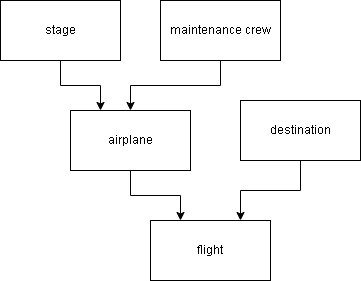
This is images/Диаграмма_базы_данных-Концептуальная.png from CCF2P/Backend, a draw.io export, as it was before one commit. Source tidied: cells renumbered, new cells last; positions are measured from the earlier drawing's top-left corner, leaving out a move shared by most shapes.
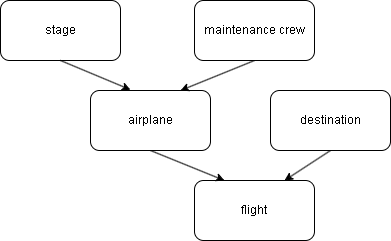
After the commit.

The edit, as a diff of the source:
```diff
@@ -2,32 +2,32 @@
   <root>
     <mxCell id="0" />
     <mxCell id="1" parent="0" />
-    <mxCell id="2" value="flight" style="rounded=0;whiteSpace=wrap;html=1;" parent="1" vertex="1">
-      <mxGeometry x="150" y="220" width="120" height="60" as="geometry" />
+    <mxCell id="2" value="flight" style="rounded=1;whiteSpace=wrap;html=1;" parent="1" vertex="1">
+      <mxGeometry x="114" y="210" width="120" height="60" as="geometry" />
     </mxCell>
-    <mxCell id="3" style="edgeStyle=orthogonalEdgeStyle;rounded=0;jettySize=auto;html=1;exitX=0.5;exitY=1;exitDx=0;exitDy=0;entryX=0.25;entryY=0;entryDx=0;entryDy=0;" parent="1" edge="1" source="4" target="2">
+    <mxCell id="3" style="rounded=0;jettySize=auto;html=1;exitX=0.5;exitY=1;exitDx=0;exitDy=0;entryX=0.25;entryY=0;entryDx=0;entryDy=0;" parent="1" edge="1" source="4" target="2">
       <mxGeometry relative="1" as="geometry" />
     </mxCell>
-    <mxCell id="4" value="airplane" style="rounded=0;whiteSpace=wrap;html=1;" parent="1" vertex="1">
-      <mxGeometry x="70" y="110" width="120" height="60" as="geometry" />
+    <mxCell id="4" value="airplane" style="rounded=1;whiteSpace=wrap;html=1;" parent="1" vertex="1">
+      <mxGeometry x="10" y="120" width="120" height="60" as="geometry" />
     </mxCell>
-    <mxCell id="5" style="edgeStyle=orthogonalEdgeStyle;rounded=0;jettySize=auto;html=1;exitX=0.5;exitY=1;exitDx=0;exitDy=0;entryX=0.75;entryY=0;entryDx=0;entryDy=0;" parent="1" edge="1" source="6" target="2">
+    <mxCell id="5" style="rounded=0;jettySize=auto;html=1;exitX=0.5;exitY=1;exitDx=0;exitDy=0;entryX=0.75;entryY=0;entryDx=0;entryDy=0;" parent="1" edge="1" source="6" target="2">
       <mxGeometry relative="1" as="geometry" />
     </mxCell>
-    <mxCell id="6" value="destination" style="rounded=0;whiteSpace=wrap;html=1;" parent="1" vertex="1">
-      <mxGeometry x="240" y="100" width="120" height="60" as="geometry" />
+    <mxCell id="6" value="destination" style="rounded=1;whiteSpace=wrap;html=1;" parent="1" vertex="1">
+      <mxGeometry x="190" y="120" width="120" height="60" as="geometry" />
     </mxCell>
-    <mxCell id="7" style="edgeStyle=orthogonalEdgeStyle;rounded=0;jettySize=auto;html=1;" parent="1" edge="1" source="8" target="4">
+    <mxCell id="7" style="rounded=0;jettySize=auto;html=1;exitX=0.5;exitY=1;exitDx=0;exitDy=0;entryX=0.75;entryY=0;entryDx=0;entryDy=0;" parent="1" edge="1" source="8" target="4">
       <mxGeometry relative="1" as="geometry" />
     </mxCell>
-    <mxCell id="8" value="maintenance crew" style="rounded=0;whiteSpace=wrap;html=1;" parent="1" vertex="1">
-      <mxGeometry x="160" width="120" height="60" as="geometry" />
+    <mxCell id="8" value="maintenance crew" style="rounded=1;whiteSpace=wrap;html=1;" parent="1" vertex="1">
+      <mxGeometry x="114" y="30" width="120" height="60" as="geometry" />
     </mxCell>
+    <mxCell id="10" value="stage" style="rounded=1;whiteSpace=wrap;html=1;" parent="1" vertex="1">
+      <mxGeometry x="-80" y="30" width="120" height="60" as="geometry" />
+    </mxCell>
-    <mxCell id="9" style="edgeStyle=orthogonalEdgeStyle;rounded=0;jettySize=auto;html=1;exitX=0.5;exitY=1;exitDx=0;exitDy=0;entryX=0.25;entryY=0;entryDx=0;entryDy=0;" parent="1" edge="1" source="10" target="4">
+    <mxCell id="9" style="rounded=0;jettySize=auto;html=1;exitX=0.5;exitY=1;exitDx=0;exitDy=0;entryX=0.333;entryY=-0.013;entryDx=0;entryDy=0;entryPerimeter=0;" parent="1" edge="1" source="10" target="4">
       <mxGeometry relative="1" as="geometry" />
     </mxCell>
-    <mxCell id="10" value="stage" style="rounded=0;whiteSpace=wrap;html=1;" parent="1" vertex="1">
-      <mxGeometry width="120" height="60" as="geometry" />
-    </mxCell>
   </root>
 </mxGraphModel>
```
